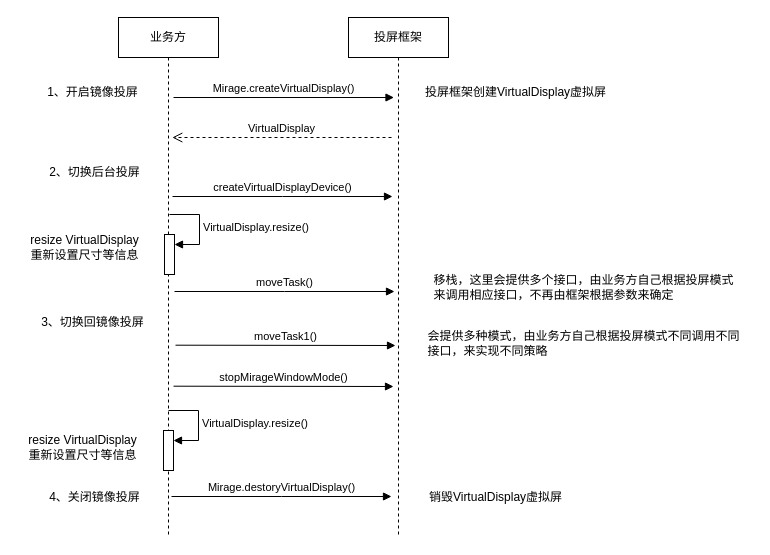
Earlier version of the draw.io diagram 新投屏方案交互图.drawio (jcj123/-). Source tidied: cells renumbered, new cells numbered last; positions are measured from the earlier drawing's top-left corner, leaving out a move shared by most shapes. Both pictures are drawn from the tidied source at 100%, with x=0, y=0 at pixel (17, 17).
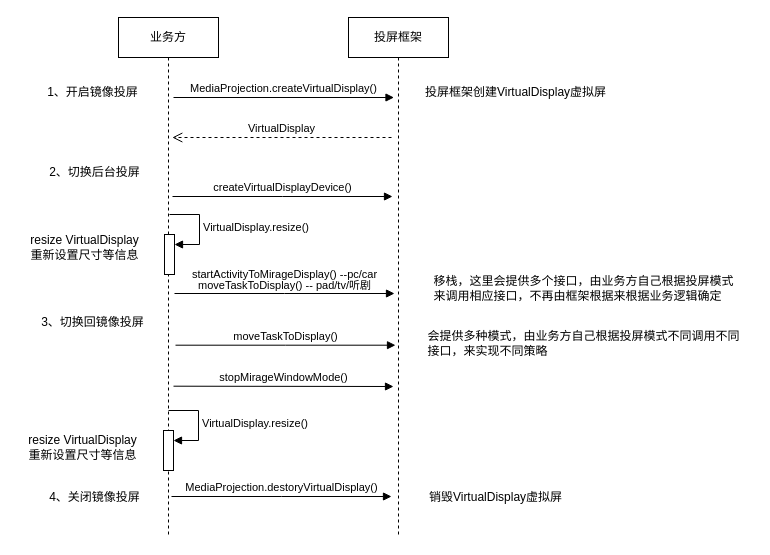
After the change.

Commit message:
更新新投屏方案交互图.drawio

Diff of the diagram source:
```diff
@@
-    <mxCell id="9" value="Mirage.createVirtualDisplay()" style="html=1;verticalAlign=bottom;endArrow=block;edgeStyle=elbowEdgeStyle;elbow=vertical;curved=0;rounded=0;" parent="1" edge="1">
+    <mxCell id="9" value="MediaProjection.createVirtualDisplay()" style="html=1;verticalAlign=bottom;endArrow=block;edgeStyle=elbowEdgeStyle;elbow=vertical;curved=0;rounded=0;" parent="1" edge="1">
       <mxGeometry relative="1" as="geometry">
         <mxPoint x="156" y="80" as="sourcePoint" />
         <mxPoint x="376.5" y="79.8" as="targetPoint" />
       </mxGeometry>
     </mxCell>
@@
-    <mxCell id="12" value="moveTask()" style="html=1;verticalAlign=bottom;endArrow=block;edgeStyle=elbowEdgeStyle;elbow=vertical;curved=0;rounded=0;" parent="1" edge="1">
+    <mxCell id="12" value="&lt;div style=&quot;line-height: 100%;&quot; class=&quot;ql-code-block ql-long-210036 ql-authorBlock-210036 ql-direction-ltr&quot;&gt;startActivityToMirageDisplay() --pc/car&lt;/div&gt;&lt;div style=&quot;line-height: 100%;&quot; class=&quot;ql-code-block ql-long-210036 ql-authorBlock-210036 ql-direction-ltr&quot;&gt;&lt;div style=&quot;line-height: 100%;&quot; class=&quot;ql-code-block ql-long-210036 ql-authorBlock-210036 ql-direction-ltr&quot;&gt;moveTaskToDisplay() -- pad/tv/听剧&lt;/div&gt;&lt;/div&gt;" style="html=1;verticalAlign=bottom;endArrow=block;edgeStyle=elbowEdgeStyle;elbow=vertical;curved=0;rounded=0;" parent="1" edge="1">
       <mxGeometry relative="1" as="geometry">
-        <mxPoint x="157" y="274" as="sourcePoint" />
-        <mxPoint x="377" y="274" as="targetPoint" />
+        <mxPoint x="157" y="276" as="sourcePoint" />
+        <mxPoint x="377" y="276" as="targetPoint" />
       </mxGeometry>
     </mxCell>
@@
-    <mxCell id="14" value="&lt;div style=&quot;text-align: left;&quot;&gt;移栈，这里会提供多个接口，由业务方自己根据投屏模式&lt;/div&gt;&lt;div style=&quot;text-align: left;&quot;&gt;来调用相应接口，不再由框架根据参数来确定&lt;/div&gt;" style="text;html=1;align=center;verticalAlign=middle;strokeColor=none;fillColor=none;" parent="1" vertex="1">
-      <mxGeometry x="406" y="250" width="320" height="40" as="geometry" />
+    <mxCell id="14" value="&lt;div style=&quot;text-align: left;&quot;&gt;移栈，这里会提供多个接口，由业务方自己根据投屏模式&lt;/div&gt;&lt;div style=&quot;text-align: left;&quot;&gt;来调用相应接口，不再由框架根据来根据业务逻辑确定&lt;/div&gt;" style="text;html=1;align=center;verticalAlign=middle;strokeColor=none;fillColor=none;" parent="1" vertex="1">
+      <mxGeometry x="406" y="251" width="320" height="40" as="geometry" />
     </mxCell>
@@
-    <mxCell id="16" value="moveTask1()" style="html=1;verticalAlign=bottom;endArrow=block;edgeStyle=elbowEdgeStyle;elbow=vertical;curved=0;rounded=0;" parent="1" edge="1">
+    <mxCell id="16" value="moveTaskToDisplay()" style="html=1;verticalAlign=bottom;endArrow=block;edgeStyle=elbowEdgeStyle;elbow=horizontal;curved=0;rounded=0;" parent="1" edge="1">
       <mxGeometry relative="1" as="geometry">
         <mxPoint x="158" y="327.7" as="sourcePoint" />
         <mxPoint x="378" y="327.7" as="targetPoint" />
       </mxGeometry>
     </mxCell>
@@
-    <mxCell id="20" value="Mirage.destoryVirtualDisplay()" style="html=1;verticalAlign=bottom;endArrow=block;edgeStyle=elbowEdgeStyle;elbow=vertical;curved=0;rounded=0;" parent="1" edge="1">
+    <mxCell id="20" value="MediaProjection.destoryVirtualDisplay()" style="html=1;verticalAlign=bottom;endArrow=block;edgeStyle=elbowEdgeStyle;elbow=vertical;curved=0;rounded=0;" parent="1" edge="1">
       <mxGeometry relative="1" as="geometry">
         <mxPoint x="154" y="479" as="sourcePoint" />
         <mxPoint x="374" y="479" as="targetPoint" />
       </mxGeometry>
     </mxCell>
```
